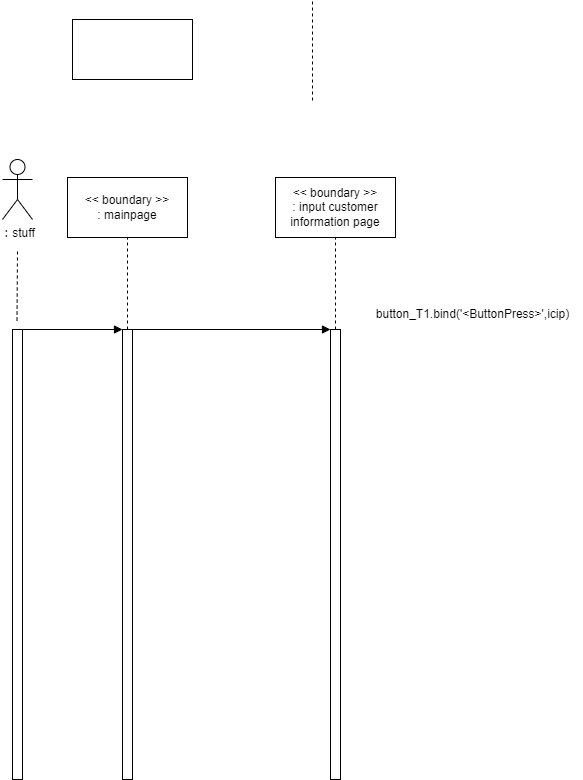
Before: psp4/シーケンス図/シーケンス図_新規客.drawio.png, a diagram exported from draw.io (MasakiHiguchi/---). Source tidied: cells renumbered, new cells last; positions are measured from the earlier drawing's top-left corner, leaving out a move shared by most shapes.
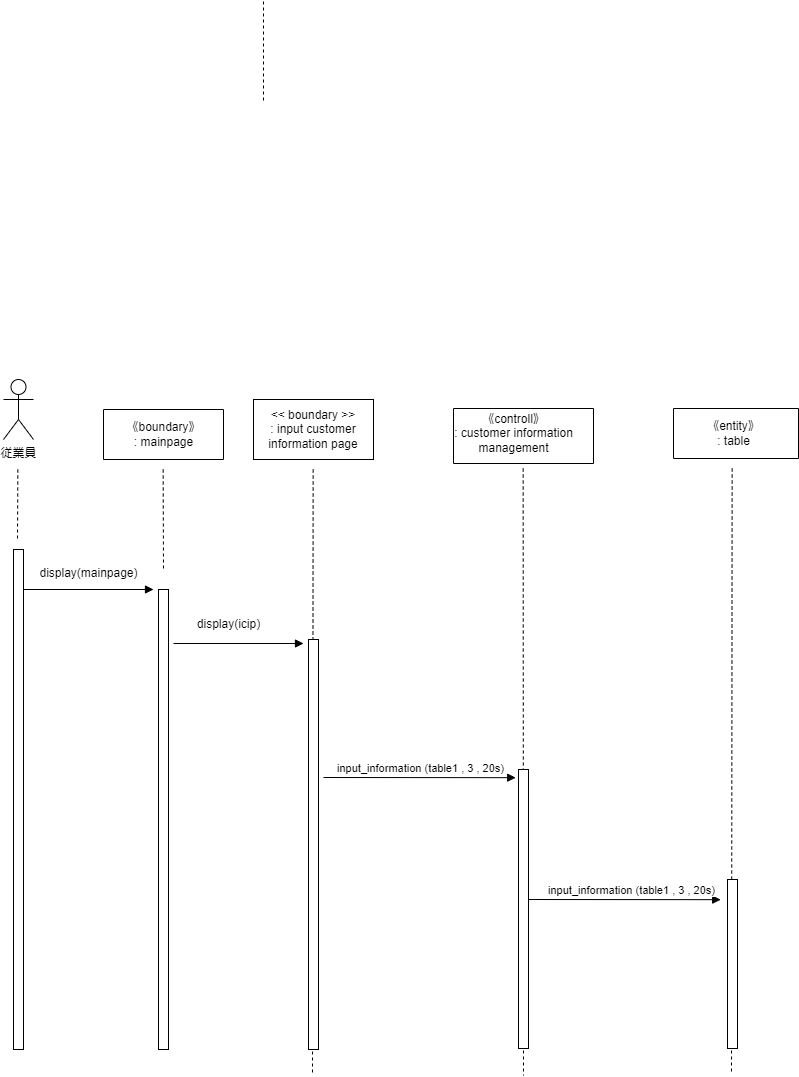
After the change.

What changed in the source:
```diff
@@ -2,53 +2,120 @@
   <root>
     <mxCell id="0" />
     <mxCell id="1" parent="0" />
-    <mxCell id="2" style="rounded=0;whiteSpace=wrap;html=1;" parent="1" vertex="1">
-      <mxGeometry x="70" y="19" width="120" height="60" as="geometry" />
-    </mxCell>
-    <mxCell id="3" value="：stuff" style="shape=umlActor;verticalLabelPosition=bottom;verticalAlign=top;html=1;" parent="1" vertex="1">
-      <mxGeometry y="159" width="30" height="60" as="geometry" />
-    </mxCell>
-    <mxCell id="4" style="rounded=0;whiteSpace=wrap;html=1;" parent="1" vertex="1">
-      <mxGeometry x="10" y="329" width="10" height="450" as="geometry" />
-    </mxCell>
     <mxCell id="5" style="endArrow=none;dashed=1;html=1;" parent="1" edge="1">
       <mxGeometry relative="1" as="geometry">
-        <mxPoint x="310" y="100" as="sourcePoint" />
-        <mxPoint x="310" as="targetPoint" />
+        <mxPoint x="283" y="-122" as="sourcePoint" />
+        <mxPoint x="283" y="-222" as="targetPoint" />
       </mxGeometry>
     </mxCell>
-    <mxCell id="6" style="endArrow=block;html=1;endFill=1;exitX=1;exitY=0;exitDx=0;exitDy=0;entryX=0;entryY=0;entryDx=0;entryDy=0;" parent="1" edge="1" source="4" target="11">
-      <mxGeometry relative="1" as="geometry" />
-    </mxCell>
-    <mxCell id="7" style="endArrow=none;dashed=1;html=1;" parent="1" edge="1">
-      <mxGeometry relative="1" as="geometry">
-        <mxPoint x="14.5" y="320" as="sourcePoint" />
-        <mxPoint x="15" y="250" as="targetPoint" />
-      </mxGeometry>
-    </mxCell>
-    <mxCell id="8" value="&amp;lt;&amp;lt; boundary &amp;gt;&amp;gt;&lt;br&gt;: mainpage&lt;br&gt;" style="rounded=0;whiteSpace=wrap;html=1;" parent="1" vertex="1">
-      <mxGeometry x="65" y="177" width="120" height="60" as="geometry" />
-    </mxCell>
     <mxCell id="9" value="&amp;lt;&amp;lt; boundary &amp;gt;&amp;gt;&lt;br&gt;: input customer information page" style="rounded=0;whiteSpace=wrap;html=1;" parent="1" vertex="1">
       <mxGeometry x="273" y="177" width="120" height="60" as="geometry" />
     </mxCell>
-    <mxCell id="10" style="endArrow=none;dashed=1;html=1;exitX=0.5;exitY=0;exitDx=0;exitDy=0;entryX=0.5;entryY=1;entryDx=0;entryDy=0;" parent="1" edge="1" source="11" target="8">
-      <mxGeometry relative="1" as="geometry" />
-    </mxCell>
-    <mxCell id="11" style="rounded=0;whiteSpace=wrap;html=1;" parent="1" vertex="1">
-      <mxGeometry x="120" y="329" width="10" height="450" as="geometry" />
-    </mxCell>
-    <mxCell id="12" style="endArrow=none;dashed=1;html=1;entryX=0.5;entryY=1;entryDx=0;entryDy=0;exitX=0.5;exitY=0;exitDx=0;exitDy=0;" parent="1" edge="1" source="13" target="9">
-      <mxGeometry relative="1" as="geometry" />
-    </mxCell>
-    <mxCell id="13" style="rounded=0;whiteSpace=wrap;html=1;" parent="1" vertex="1">
-      <mxGeometry x="328" y="329" width="10" height="450" as="geometry" />
-    </mxCell>
-    <mxCell id="14" value="button_T1.bind('&amp;lt;ButtonPress&amp;gt;',icip)" style="text;html=1;align=center;verticalAlign=middle;strokeColor=none;fillColor=none;" parent="1" vertex="1">
-      <mxGeometry x="360" y="299" width="220" height="30" as="geometry" />
-    </mxCell>
-    <mxCell id="15" style="endArrow=block;html=1;endFill=1;exitX=1;exitY=0;exitDx=0;exitDy=0;entryX=0;entryY=0;entryDx=0;entryDy=0;" parent="1" edge="1" source="11" target="13">
-      <mxGeometry relative="1" as="geometry" />
-    </mxCell>
+    <mxCell id="16" value="従業員" style="shape=umlActor;verticalLabelPosition=bottom;verticalAlign=top;html=1;" parent="1" vertex="1">
+      <mxGeometry x="23" y="157" width="30" height="60" as="geometry" />
+    </mxCell>
+    <mxCell id="17" style="edgeStyle=none;html=1;endArrow=none;endFill=0;dashed=1;" parent="1" edge="1">
+      <mxGeometry relative="1" as="geometry">
+        <mxPoint x="37.3" y="247" as="sourcePoint" />
+        <mxPoint x="37" y="317" as="targetPoint" />
+      </mxGeometry>
+    </mxCell>
+    <mxCell id="18" style="rounded=0;whiteSpace=wrap;html=1;" parent="1" vertex="1">
+      <mxGeometry x="33" y="327" width="10" height="500" as="geometry" />
+    </mxCell>
+    <mxCell id="19" style="swimlane;startSize=0;" parent="1" vertex="1">
+      <mxGeometry x="123" y="187" width="120" height="50" as="geometry" />
+    </mxCell>
+    <mxCell id="20" value="《boundary》&lt;br&gt;: mainpage" style="text;html=1;align=center;verticalAlign=middle;strokeColor=none;fillColor=none;" parent="19" vertex="1">
+      <mxGeometry x="10" y="5" width="100" height="40" as="geometry" />
+    </mxCell>
+    <mxCell id="21" style="edgeStyle=none;html=1;endArrow=block;endFill=1;" parent="1" edge="1">
+      <mxGeometry relative="1" as="geometry">
+        <mxPoint x="43" y="367" as="sourcePoint" />
+        <mxPoint x="173" y="367" as="targetPoint" />
+      </mxGeometry>
+    </mxCell>
+    <mxCell id="22" style="rounded=0;whiteSpace=wrap;html=1;" parent="1" vertex="1">
+      <mxGeometry x="178" y="367" width="10" height="460" as="geometry" />
+    </mxCell>
+    <mxCell id="23" style="edgeStyle=none;html=1;endArrow=none;endFill=0;dashed=1;" parent="1" edge="1">
+      <mxGeometry relative="1" as="geometry">
+        <mxPoint x="182.7" y="247" as="sourcePoint" />
+        <mxPoint x="183" y="347" as="targetPoint" />
+      </mxGeometry>
+    </mxCell>
+    <mxCell id="24" style="swimlane;startSize=0;" parent="1" vertex="1">
+      <mxGeometry x="473" y="186" width="140" height="55" as="geometry" />
+    </mxCell>
+    <mxCell id="25" value="《controll》&lt;br&gt;: customer information &lt;br&gt;management" style="text;html=1;align=center;verticalAlign=middle;strokeColor=none;fillColor=none;" parent="24" vertex="1">
+      <mxGeometry x="-10" y="-5" width="140" height="60" as="geometry" />
+    </mxCell>
+    <mxCell id="26" style="edgeStyle=none;html=1;endArrow=none;endFill=0;dashed=1;" parent="1" edge="1">
+      <mxGeometry relative="1" as="geometry">
+        <mxPoint x="332.7" y="247" as="sourcePoint" />
+        <mxPoint x="332" y="852.3" as="targetPoint" />
+      </mxGeometry>
+    </mxCell>
+    <mxCell id="27" style="rounded=0;whiteSpace=wrap;html=1;" parent="1" vertex="1">
+      <mxGeometry x="328" y="417" width="10" height="410" as="geometry" />
+    </mxCell>
+    <mxCell id="28" style="edgeStyle=none;html=1;endArrow=none;endFill=0;dashed=1;" parent="1" edge="1">
+      <mxGeometry relative="1" as="geometry">
+        <mxPoint x="542.7" y="246" as="sourcePoint" />
+        <mxPoint x="543" y="853" as="targetPoint" />
+      </mxGeometry>
+    </mxCell>
+    <mxCell id="29" style="rounded=0;whiteSpace=wrap;html=1;" parent="1" vertex="1">
+      <mxGeometry x="538" y="547" width="10" height="279" as="geometry" />
+    </mxCell>
+    <mxCell id="30" value="display(mainpage)" style="text;html=1;align=center;verticalAlign=middle;strokeColor=none;fillColor=none;" parent="1" vertex="1">
+      <mxGeometry x="48" y="336" width="120" height="30" as="geometry" />
+    </mxCell>
+    <mxCell id="31" style="edgeStyle=none;html=1;endArrow=block;endFill=1;" parent="1" edge="1">
+      <mxGeometry relative="1" as="geometry">
+        <mxPoint x="193" y="421" as="sourcePoint" />
+        <mxPoint x="323" y="421" as="targetPoint" />
+      </mxGeometry>
+    </mxCell>
+    <mxCell id="32" style="edgeStyle=none;html=1;endArrow=block;endFill=1;entryX=0.919;entryY=0.939;entryDx=0;entryDy=0;entryPerimeter=0;" parent="1" edge="1">
+      <mxGeometry relative="1" as="geometry">
+        <mxPoint x="343" y="555" as="sourcePoint" />
+        <mxPoint x="535.2" y="555.2" as="targetPoint" />
+      </mxGeometry>
+    </mxCell>
+    <mxCell id="33" value="input_information (table1 , 3 , 20s)" style="edgeLabel;html=1;align=center;verticalAlign=middle;" parent="32" vertex="1">
+      <mxGeometry x="0.3" y="9" relative="1" as="geometry">
+        <mxPoint x="-28" as="offset" />
+      </mxGeometry>
+    </mxCell>
+    <mxCell id="34" style="swimlane;startSize=0;" parent="1" vertex="1">
+      <mxGeometry x="693" y="186" width="125" height="50" as="geometry" />
+    </mxCell>
+    <mxCell id="35" value="《entity》&lt;br&gt;: table" style="text;html=1;align=center;verticalAlign=middle;strokeColor=none;fillColor=none;" parent="34" vertex="1">
+      <mxGeometry x="20" y="5" width="80" height="40" as="geometry" />
+    </mxCell>
+    <mxCell id="36" style="edgeStyle=none;html=1;endArrow=none;endFill=0;dashed=1;" parent="1" edge="1">
+      <mxGeometry relative="1" as="geometry">
+        <mxPoint x="751.7" y="246" as="sourcePoint" />
+        <mxPoint x="751" y="851.3" as="targetPoint" />
+      </mxGeometry>
+    </mxCell>
+    <mxCell id="37" style="rounded=0;whiteSpace=wrap;html=1;" parent="1" vertex="1">
+      <mxGeometry x="747" y="657" width="10" height="169" as="geometry" />
+    </mxCell>
+    <mxCell id="38" value="display(icip)" style="text;html=1;align=center;verticalAlign=middle;strokeColor=none;fillColor=none;" parent="1" vertex="1">
+      <mxGeometry x="203" y="387" width="90" height="30" as="geometry" />
+    </mxCell>
+    <mxCell id="39" style="edgeStyle=none;html=1;endArrow=block;endFill=1;entryX=0.919;entryY=0.939;entryDx=0;entryDy=0;entryPerimeter=0;" parent="1" edge="1">
+      <mxGeometry relative="1" as="geometry">
+        <mxPoint x="548" y="677" as="sourcePoint" />
+        <mxPoint x="740.2" y="677.2" as="targetPoint" />
+      </mxGeometry>
+    </mxCell>
+    <mxCell id="40" value="input_information (table1 , 3 , 20s)" style="edgeLabel;html=1;align=center;verticalAlign=middle;" parent="39" vertex="1">
+      <mxGeometry x="0.3" y="9" relative="1" as="geometry">
+        <mxPoint x="-22" as="offset" />
+      </mxGeometry>
+    </mxCell>
   </root>
 </mxGraphModel>
```
